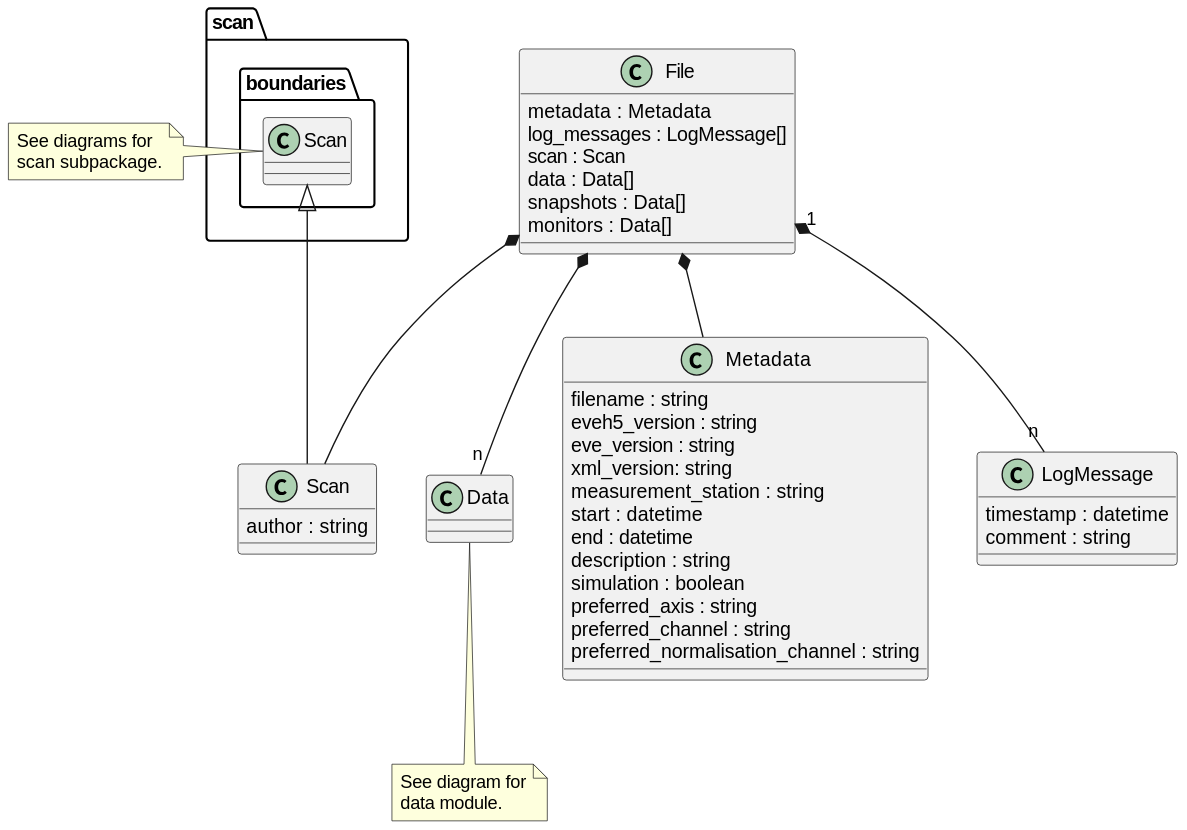
Earlier version of the PlantUML export docs/uml/evedata.evefile.file.svg (tillbiskup/evedata).
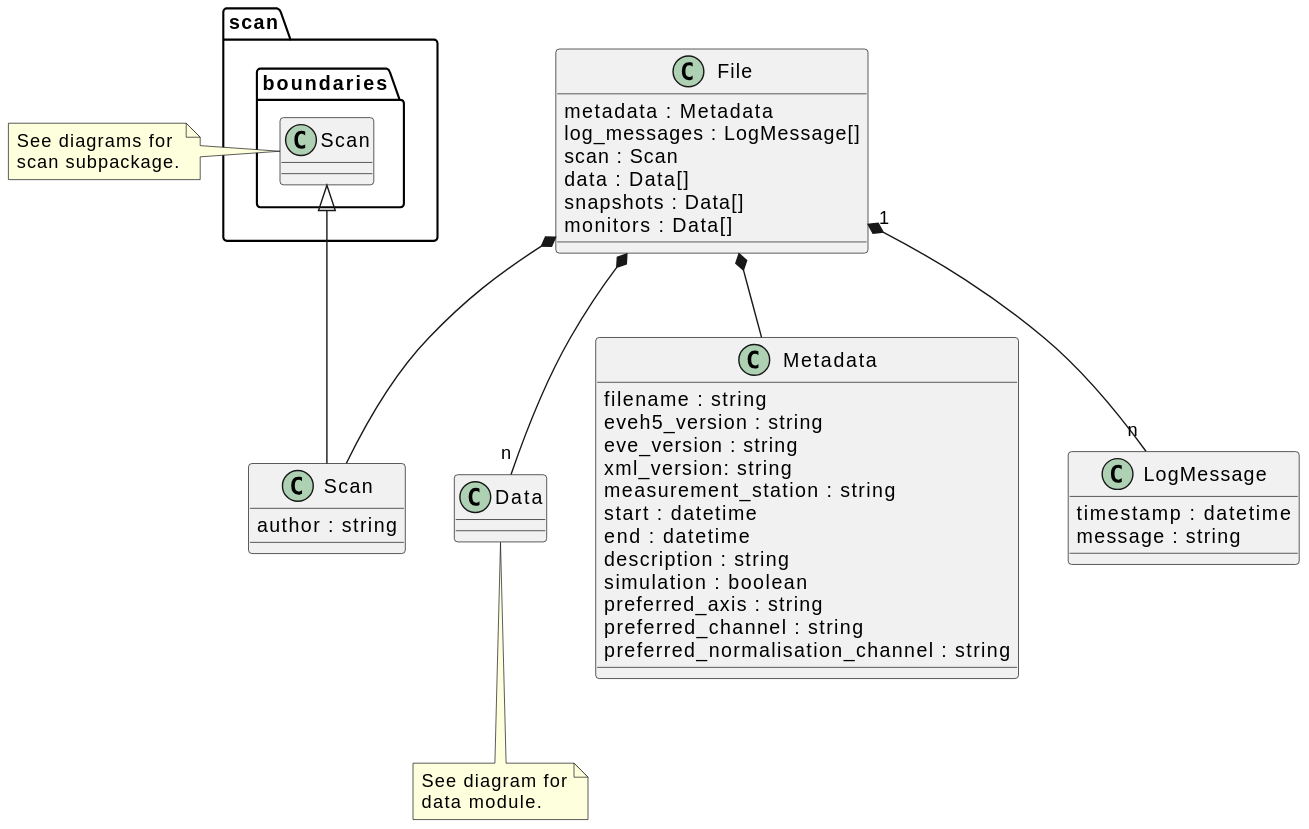
The same diagram one commit later.

Commit message:
Continue with mapper. Method LogMessages.from_string()

Diff of the diagram source:
```diff
@@ -28,7 +28,7 @@
 
 class LogMessage {
     timestamp : datetime
-    comment : string
+    message : string
 }
 
 class Scan extends scan.boundaries.Scan {
```
